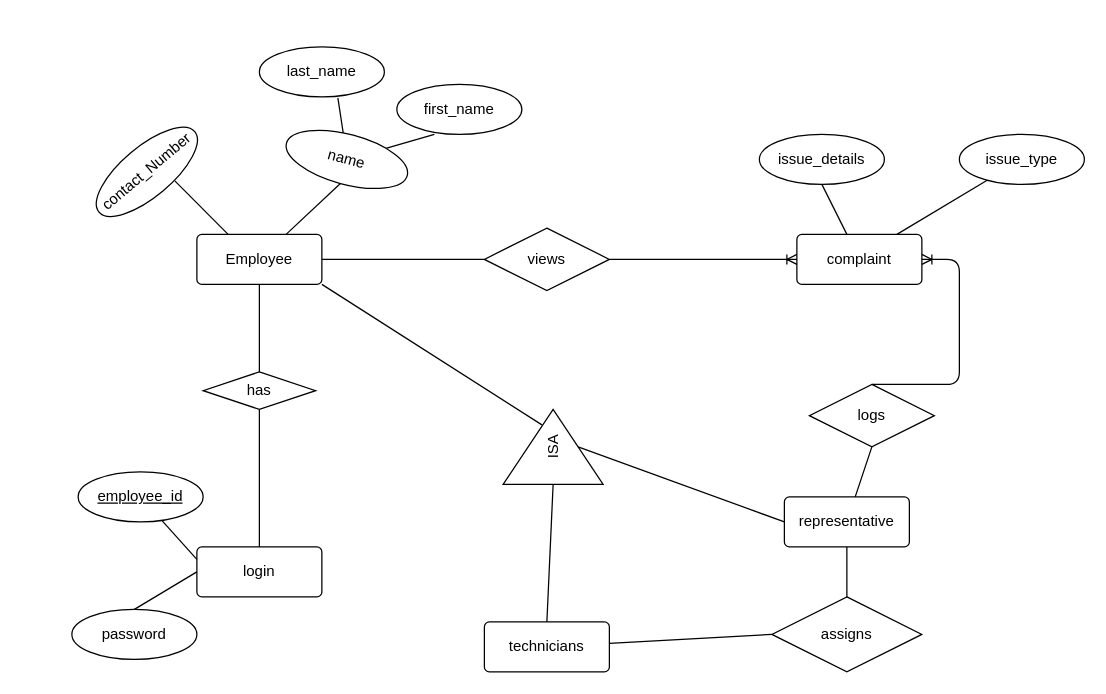
Above: Employee entity.drawio in AnastassiaA/MicroStar-CableVision-Project-Code (draw.io), before the change. Source tidied: cells renumbered, new cells numbered last; positions are measured from the earlier drawing's top-left corner, leaving out a move shared by most shapes. Both pictures are drawn from the tidied source at 125%, with x=0, y=0 at pixel (71, 46).
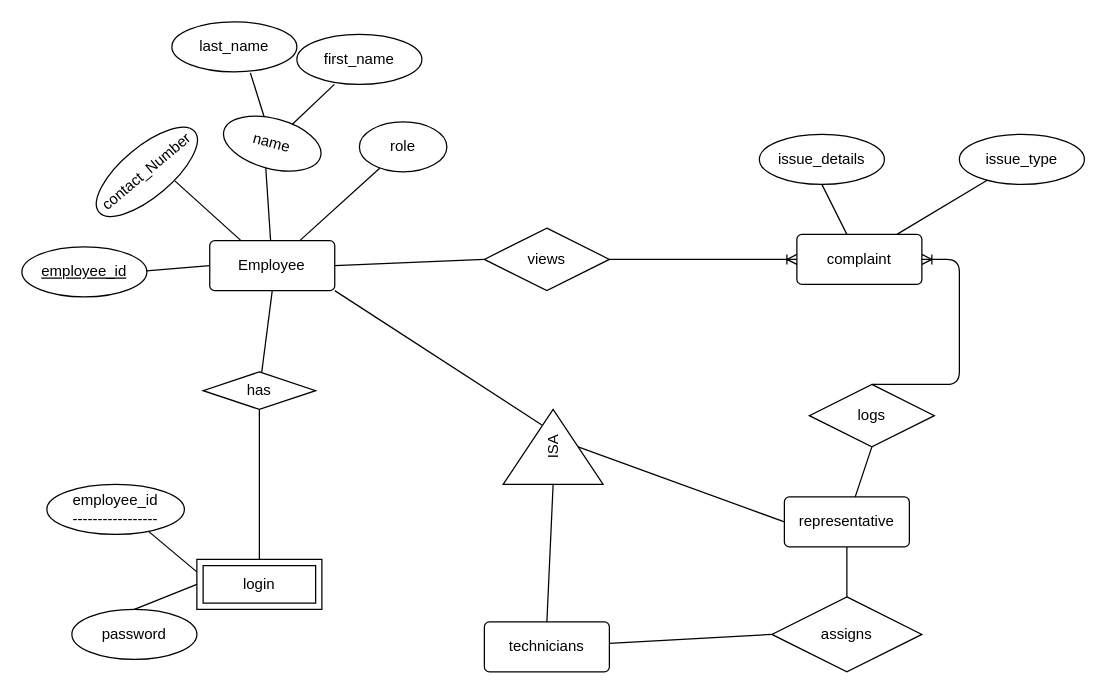
The same diagram, later.

Commit message (it also covers changes not shown here):
Updated employee entity with role and id

What changed in the source:
```diff
@@
     <mxCell id="2" value="Employee" style="rounded=1;arcSize=10;whiteSpace=wrap;html=1;align=center;" parent="1" vertex="1">
-      <mxGeometry x="100" y="150" width="100" height="40" as="geometry" />
+      <mxGeometry x="110.3" y="155" width="100" height="40" as="geometry" />
     </mxCell>
@@
     <mxCell id="5" value="name" style="ellipse;whiteSpace=wrap;html=1;align=center;rotation=15;" parent="1" vertex="1">
-      <mxGeometry x="170" y="70" width="100" height="40" as="geometry" />
+      <mxGeometry x="120.3" y="57.4" width="80" height="40" as="geometry" />
     </mxCell>
     <mxCell id="6" value="last_name" style="ellipse;whiteSpace=wrap;html=1;align=center;" parent="1" vertex="1">
-      <mxGeometry x="150" width="100" height="40" as="geometry" />
+      <mxGeometry x="80" y="-20" width="100" height="40" as="geometry" />
     </mxCell>
     <mxCell id="7" value="first_name" style="ellipse;whiteSpace=wrap;html=1;align=center;" parent="1" vertex="1">
-      <mxGeometry x="260" y="30" width="100" height="40" as="geometry" />
+      <mxGeometry x="180" y="-10" width="100" height="40" as="geometry" />
     </mxCell>
@@
-    <mxCell id="12" value="login" style="rounded=1;arcSize=10;whiteSpace=wrap;html=1;align=center;" parent="1" vertex="1">
-      <mxGeometry x="100" y="400" width="100" height="40" as="geometry" />
-    </mxCell>
-    <mxCell id="13" value="&lt;u&gt;employee_id&lt;/u&gt;" style="ellipse;whiteSpace=wrap;html=1;align=center;" parent="1" vertex="1">
-      <mxGeometry x="5" y="340" width="100" height="40" as="geometry" />
-    </mxCell>
@@
-    <mxCell id="15" style="endArrow=none;html=1;exitX=0;exitY=0.25;exitDx=0;exitDy=0;" parent="1" edge="1" source="12" target="13">
+    <mxCell id="15" style="endArrow=none;html=1;exitX=0;exitY=0.25;exitDx=0;exitDy=0;entryX=0.737;entryY=0.935;entryDx=0;entryDy=0;entryPerimeter=0;" parent="1" edge="1" source="12" target="42">
       <mxGeometry relative="1" as="geometry" />
     </mxCell>
@@
+    <mxCell id="39" style="endArrow=none;html=1;" parent="1" edge="1" source="40" target="2">
+      <mxGeometry relative="1" as="geometry" />
+    </mxCell>
+    <mxCell id="40" value="role" style="ellipse;whiteSpace=wrap;html=1;" parent="1" vertex="1">
+      <mxGeometry x="230" y="60" width="70" height="40" as="geometry" />
+    </mxCell>
+    <mxCell id="41" style="endArrow=none;html=1;entryX=0;entryY=0.5;entryDx=0;entryDy=0;" parent="1" edge="1" target="2">
+      <mxGeometry relative="1" as="geometry">
+        <mxPoint x="50" y="180" as="sourcePoint" />
+      </mxGeometry>
+    </mxCell>
+    <mxCell id="13" value="&lt;u&gt;employee_id&lt;/u&gt;" style="ellipse;whiteSpace=wrap;html=1;align=center;" parent="1" vertex="1">
+      <mxGeometry x="-40" y="160" width="100" height="40" as="geometry" />
+    </mxCell>
+    <mxCell id="42" value="employee_id&lt;br&gt;-----------------" style="ellipse;whiteSpace=wrap;html=1;" parent="1" vertex="1">
+      <mxGeometry x="-20" y="350" width="110" height="40" as="geometry" />
+    </mxCell>
+    <mxCell id="12" value="login" style="shape=ext;margin=3;double=1;whiteSpace=wrap;html=1;align=center;" parent="1" vertex="1">
+      <mxGeometry x="100" y="410" width="100" height="40" as="geometry" />
+    </mxCell>
```
